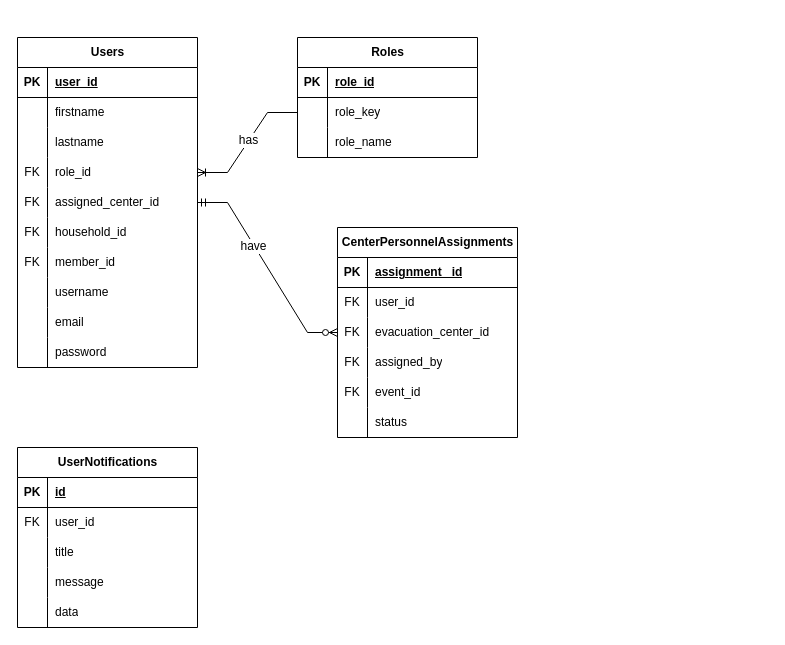
Earlier version of the draw.io diagram page "ERD" (3 of 3) of docs/sys.drawio (klint-droid/EvaTrack). Source tidied: cells renumbered, new cells numbered last; positions are measured from the earlier drawing's top-left corner, leaving out a move shared by most shapes. Both pictures are drawn from the tidied source at 100%, with x=0, y=0 at pixel (17, 37).
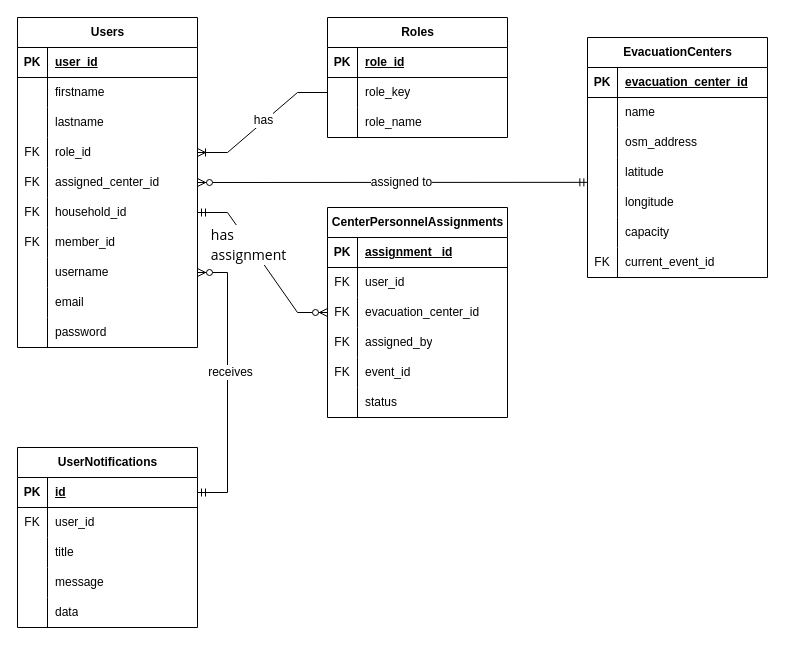
The same page after the edit.

The change refers to these unchanged cells:
```xml
<mxCell id="15" style="shape=tableRow;horizontal=0;startSize=0;swimlaneHead=0;swimlaneBody=0;fillColor=none;points=[[0,0.5],[1,0.5]];portConstraint=eastwest;top=0;left=0;right=0;bottom=0;" parent="2" vertex="1">
  <mxGeometry y="150" width="180" height="30" as="geometry" />
</mxCell>
<mxCell id="18" style="shape=tableRow;horizontal=0;startSize=0;swimlaneHead=0;swimlaneBody=0;fillColor=none;points=[[0,0.5],[1,0.5]];portConstraint=eastwest;top=0;left=0;right=0;bottom=0;" parent="2" vertex="1">
  <mxGeometry y="180" width="180" height="30" as="geometry" />
</mxCell>
<mxCell id="24" style="shape=tableRow;horizontal=0;startSize=0;swimlaneHead=0;swimlaneBody=0;fillColor=none;points=[[0,0.5],[1,0.5]];portConstraint=eastwest;top=0;left=0;right=0;bottom=0;" parent="2" vertex="1">
  <mxGeometry y="240" width="180" height="30" as="geometry" />
</mxCell>
<mxCell id="52" style="shape=tableRow;horizontal=0;startSize=0;swimlaneHead=0;swimlaneBody=0;fillColor=none;points=[[0,0.5],[1,0.5]];portConstraint=eastwest;top=0;left=0;right=0;bottom=0;" parent="45" vertex="1">
  <mxGeometry y="90" width="180" height="30" as="geometry" />
</mxCell>
<mxCell id="65" style="shape=tableRow;horizontal=0;startSize=0;swimlaneHead=0;swimlaneBody=0;fillColor=none;points=[[0,0.5],[1,0.5]];portConstraint=eastwest;top=0;left=0;right=0;bottom=1;" parent="64" vertex="1">
  <mxGeometry y="30" width="180" height="30" as="geometry" />
</mxCell>
```

The edit, as a diff of the source:
```diff
@@
     <mxCell id="2" value="Users" style="shape=table;startSize=30;childLayout=tableLayout;rowLines=0;fontStyle=1;align=center;html=1;" parent="1" vertex="1">
-      <mxGeometry width="180" height="330" as="geometry" />
+      <mxGeometry y="-20" width="180" height="330" as="geometry" />
     </mxCell>
@@
     <mxCell id="33" value="Roles" style="shape=table;startSize=30;childLayout=tableLayout;rowLines=0;fontStyle=1;align=center;html=1;" parent="1" vertex="1">
-      <mxGeometry x="280" width="180" height="120" as="geometry" />
+      <mxGeometry x="310" y="-20" width="180" height="120" as="geometry" />
     </mxCell>
@@
     <mxCell id="45" value="CenterPersonnelAssignments" style="shape=table;startSize=30;childLayout=tableLayout;rowLines=0;fontStyle=1;align=center;html=1;" parent="1" vertex="1">
-      <mxGeometry x="320" y="190" width="180" height="210" as="geometry" />
+      <mxGeometry x="310" y="170" width="180" height="210" as="geometry" />
     </mxCell>
@@
-    <mxCell id="80" style="edgeStyle=entityRelationEdgeStyle;fontSize=12;html=1;endArrow=ERzeroToMany;startArrow=ERmandOne;rounded=0;defaultLabelBackgroundColor=page;labelPadding=0 4;entryX=0;entryY=0.5;entryDx=0;entryDy=0;" parent="1" edge="1" source="15" target="52">
+    <mxCell id="80" style="edgeStyle=entityRelationEdgeStyle;fontSize=12;html=1;endArrow=ERzeroToMany;startArrow=ERmandOne;rounded=0;defaultLabelBackgroundColor=page;labelPadding=0 4;entryX=0;entryY=0.5;entryDx=0;entryDy=0;exitX=1;exitY=0.5;exitDx=0;exitDy=0;" parent="1" edge="1" source="18" target="52">
       <mxGeometry relative="1" as="geometry" />
     </mxCell>
-    <mxCell id="81" value="have" style="edgeLabel;html=1;align=center;verticalAlign=middle;inheritText=1;fontSize=12;defaultLabelBackgroundColor=page;labelPadding=0 4;" parent="80" vertex="1">
+    <mxCell id="81" value="&lt;div style=&quot;text-align: start; white-space: normal; font-family: &amp;quot;Segoe UI&amp;quot;; font-size: 14px; line-height: 20px;&quot;&gt;has assignment&lt;/div&gt;" style="edgeLabel;html=1;align=center;verticalAlign=middle;inheritText=1;fontSize=12;defaultLabelBackgroundColor=page;labelPadding=0 4;" parent="80" vertex="1">
       <mxGeometry x="-0.25" y="-1" relative="1" as="geometry" />
     </mxCell>
+    <mxCell id="82" style="edgeStyle=entityRelationEdgeStyle;fontSize=12;html=1;endArrow=ERzeroToMany;startArrow=ERmandOne;rounded=0;defaultLabelBackgroundColor=page;labelPadding=0 4;entryX=1;entryY=0.5;entryDx=0;entryDy=0;exitX=1;exitY=0.5;exitDx=0;exitDy=0;" parent="1" edge="1" source="65" target="24">
+      <mxGeometry x="-0.05" relative="1" as="geometry" />
+    </mxCell>
+    <mxCell id="83" value="receives" style="edgeLabel;html=1;align=center;verticalAlign=middle;inheritText=1;fontSize=12;defaultLabelBackgroundColor=page;labelPadding=0 4;" parent="82" vertex="1">
+      <mxGeometry x="0.08" y="-2" relative="1" as="geometry" />
+    </mxCell>
+    <mxCell id="84" value="EvacuationCenters" style="shape=table;startSize=30;childLayout=tableLayout;rowLines=0;fontStyle=1;align=center;html=1;" parent="1" vertex="1">
+      <mxGeometry x="570" width="180" height="240" as="geometry" />
+    </mxCell>
+    <mxCell id="85" style="shape=tableRow;horizontal=0;startSize=0;swimlaneHead=0;swimlaneBody=0;fillColor=none;top=0;left=0;right=0;bottom=1;" parent="84" vertex="1">
+      <mxGeometry y="30" width="180" height="30" as="geometry" />
+    </mxCell>
+    <mxCell id="86" value="PK" style="shape=partialRectangle;fillColor=none;top=0;left=0;bottom=0;right=0;fontStyle=1;overflow=hidden;whiteSpace=wrap;html=1;" parent="85" vertex="1">
+      <mxGeometry width="30" height="30" as="geometry" />
+    </mxCell>
+    <mxCell id="87" value="evacuation_center_id" style="shape=partialRectangle;fillColor=none;top=0;left=0;bottom=0;right=0;align=left;spacingLeft=6;fontStyle=5;overflow=hidden;whiteSpace=wrap;html=1;" parent="85" vertex="1">
+      <mxGeometry x="30" width="150" height="30" as="geometry" />
+    </mxCell>
+    <mxCell id="88" style="shape=tableRow;horizontal=0;startSize=0;swimlaneHead=0;swimlaneBody=0;fillColor=none;top=0;left=0;right=0;bottom=0;" parent="84" vertex="1">
+      <mxGeometry y="60" width="180" height="30" as="geometry" />
+    </mxCell>
+    <mxCell id="89" style="shape=partialRectangle;fillColor=none;top=0;left=0;bottom=0;right=0;overflow=hidden;whiteSpace=wrap;html=1;" parent="88" vertex="1">
+      <mxGeometry width="30" height="30" as="geometry" />
+    </mxCell>
+    <mxCell id="90" value="name" style="shape=partialRectangle;fillColor=none;top=0;left=0;bottom=0;right=0;align=left;spacingLeft=6;overflow=hidden;whiteSpace=wrap;html=1;" parent="88" vertex="1">
+      <mxGeometry x="30" width="150" height="30" as="geometry" />
+    </mxCell>
+    <mxCell id="91" style="shape=tableRow;horizontal=0;startSize=0;swimlaneHead=0;swimlaneBody=0;fillColor=none;top=0;left=0;right=0;bottom=0;" parent="84" vertex="1">
+      <mxGeometry y="90" width="180" height="30" as="geometry" />
+    </mxCell>
+    <mxCell id="92" style="shape=partialRectangle;fillColor=none;top=0;left=0;bottom=0;right=0;overflow=hidden;whiteSpace=wrap;html=1;" parent="91" vertex="1">
+      <mxGeometry width="30" height="30" as="geometry" />
+    </mxCell>
+    <mxCell id="93" value="osm_address" style="shape=partialRectangle;fillColor=none;top=0;left=0;bottom=0;right=0;align=left;spacingLeft=6;overflow=hidden;whiteSpace=wrap;html=1;" parent="91" vertex="1">
+      <mxGeometry x="30" width="150" height="30" as="geometry" />
+    </mxCell>
+    <mxCell id="94" style="shape=tableRow;horizontal=0;startSize=0;swimlaneHead=0;swimlaneBody=0;fillColor=none;points=[[0,0.5],[1,0.5]];portConstraint=eastwest;top=0;left=0;right=0;bottom=0;" parent="84" vertex="1">
+      <mxGeometry y="120" width="180" height="30" as="geometry" />
+    </mxCell>
+    <mxCell id="95" style="shape=partialRectangle;fillColor=none;top=0;left=0;bottom=0;right=0;overflow=hidden;whiteSpace=wrap;html=1;" parent="94" vertex="1">
+      <mxGeometry width="30" height="30" as="geometry" />
+    </mxCell>
+    <mxCell id="96" value="latitude" style="shape=partialRectangle;fillColor=none;top=0;left=0;bottom=0;right=0;align=left;spacingLeft=6;overflow=hidden;whiteSpace=wrap;html=1;" parent="94" vertex="1">
+      <mxGeometry x="30" width="150" height="30" as="geometry" />
+    </mxCell>
+    <mxCell id="97" style="shape=tableRow;horizontal=0;startSize=0;swimlaneHead=0;swimlaneBody=0;fillColor=none;top=0;left=0;right=0;bottom=0;" parent="84" vertex="1">
+      <mxGeometry y="150" width="180" height="30" as="geometry" />
+    </mxCell>
+    <mxCell id="98" style="shape=partialRectangle;fillColor=none;top=0;left=0;bottom=0;right=0;overflow=hidden;whiteSpace=wrap;html=1;" parent="97" vertex="1">
+      <mxGeometry width="30" height="30" as="geometry" />
+    </mxCell>
+    <mxCell id="99" value="longitude" style="shape=partialRectangle;fillColor=none;top=0;left=0;bottom=0;right=0;align=left;spacingLeft=6;overflow=hidden;whiteSpace=wrap;html=1;" parent="97" vertex="1">
+      <mxGeometry x="30" width="150" height="30" as="geometry" />
+    </mxCell>
+    <mxCell id="100" style="shape=tableRow;horizontal=0;startSize=0;swimlaneHead=0;swimlaneBody=0;fillColor=none;top=0;left=0;right=0;bottom=0;" parent="84" vertex="1">
+      <mxGeometry y="180" width="180" height="30" as="geometry" />
+    </mxCell>
+    <mxCell id="101" style="shape=partialRectangle;fillColor=none;top=0;left=0;bottom=0;right=0;overflow=hidden;whiteSpace=wrap;html=1;" parent="100" vertex="1">
+      <mxGeometry width="30" height="30" as="geometry" />
+    </mxCell>
+    <mxCell id="102" value="capacity" style="shape=partialRectangle;fillColor=none;top=0;left=0;bottom=0;right=0;align=left;spacingLeft=6;overflow=hidden;whiteSpace=wrap;html=1;" parent="100" vertex="1">
+      <mxGeometry x="30" width="150" height="30" as="geometry" />
+    </mxCell>
+    <mxCell id="103" style="shape=tableRow;horizontal=0;startSize=0;swimlaneHead=0;swimlaneBody=0;fillColor=none;top=0;left=0;right=0;bottom=0;" parent="84" vertex="1">
+      <mxGeometry y="210" width="180" height="30" as="geometry" />
+    </mxCell>
+    <mxCell id="104" value="FK" style="shape=partialRectangle;fillColor=none;top=0;left=0;bottom=0;right=0;overflow=hidden;whiteSpace=wrap;html=1;" parent="103" vertex="1">
+      <mxGeometry width="30" height="30" as="geometry" />
+    </mxCell>
+    <mxCell id="105" value="current_event_id" style="shape=partialRectangle;fillColor=none;top=0;left=0;bottom=0;right=0;align=left;spacingLeft=6;overflow=hidden;whiteSpace=wrap;html=1;" parent="103" vertex="1">
+      <mxGeometry x="30" width="150" height="30" as="geometry" />
+    </mxCell>
+    <mxCell id="106" style="fontSize=12;html=1;endArrow=ERzeroToMany;startArrow=ERmandOne;rounded=0;defaultLabelBackgroundColor=page;labelPadding=0 4;exitX=0.002;exitY=0.828;exitDx=0;exitDy=0;entryX=1;entryY=0.5;entryDx=0;entryDy=0;exitPerimeter=0;" parent="1" edge="1" source="94" target="15">
+      <mxGeometry relative="1" as="geometry" />
+    </mxCell>
+    <mxCell id="107" value="assigned to" style="edgeLabel;html=1;align=center;verticalAlign=middle;inheritText=1;fontSize=12;defaultLabelBackgroundColor=page;labelPadding=0 4;" parent="106" vertex="1">
+      <mxGeometry x="-0.04" relative="1" as="geometry" />
+    </mxCell>
```
